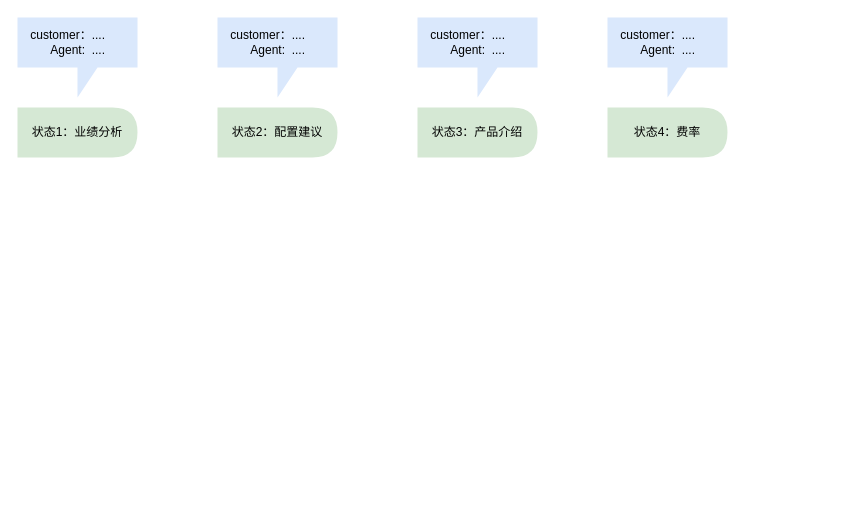
The draw.io diagram 状态转移策划生成.drawio in ZhangHammer/ZhangHammer, before the edit. Source tidied: cells renumbered, new cells numbered last; positions are measured from the earlier drawing's top-left corner, leaving out a move shared by most shapes. Both pictures are drawn from the tidied source at 100%, with x=0, y=0 at pixel (17, 17). Pictures stored in the file or linked from it are replaced by grey dashed boxes.
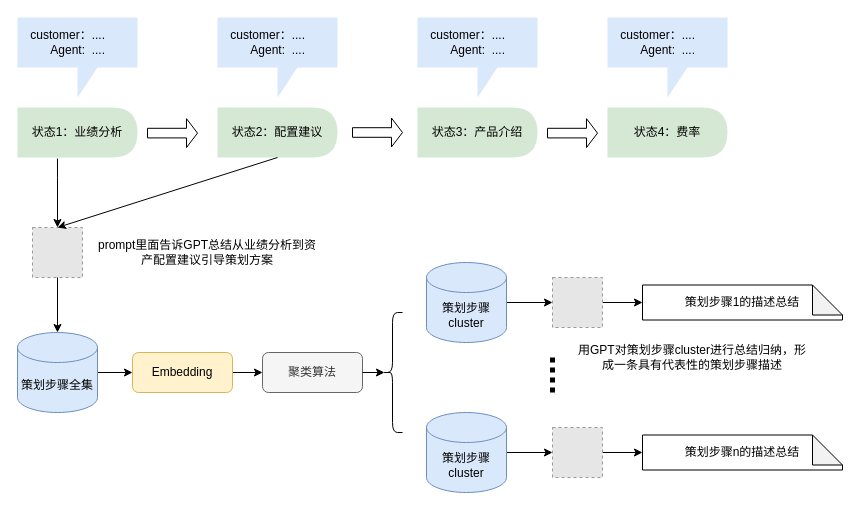
The same diagram, later.

Commit message (it also covers changes not shown here):
状态转移策划生成.drawio

Unchanged cells that the change refers to:
```xml
<mxCell id="3" value="状态1：业绩分析" style="shape=delay;whiteSpace=wrap;html=1;fillColor=#d5e8d4;strokeColor=none;" parent="1" vertex="1">
  <mxGeometry y="90" width="120" height="50" as="geometry" />
</mxCell>
<mxCell id="5" value="状态2：配置建议" style="shape=delay;whiteSpace=wrap;html=1;fillColor=#d5e8d4;strokeColor=none;" parent="1" vertex="1">
  <mxGeometry x="200" y="90" width="120" height="50" as="geometry" />
</mxCell>
```

Diff of the diagram source:
```diff
@@
+    <mxCell id="10" style="edgeStyle=orthogonalEdgeStyle;rounded=0;jettySize=auto;html=1;" parent="1" edge="1" source="11" target="13">
+      <mxGeometry relative="1" as="geometry" />
+    </mxCell>
+    <mxCell id="11" value="策划步骤全集" style="shape=cylinder3;whiteSpace=wrap;html=1;boundedLbl=1;backgroundOutline=1;size=15;fillColor=#dae8fc;strokeColor=#6c8ebf;" parent="1" vertex="1">
+      <mxGeometry y="315" width="80" height="80" as="geometry" />
+    </mxCell>
+    <mxCell id="12" style="edgeStyle=orthogonalEdgeStyle;rounded=0;jettySize=auto;html=1;" parent="1" edge="1" source="13" target="14">
+      <mxGeometry relative="1" as="geometry" />
+    </mxCell>
+    <mxCell id="13" value="Embedding" style="rounded=1;whiteSpace=wrap;html=1;fillColor=#fff2cc;strokeColor=#d6b656;" parent="1" vertex="1">
+      <mxGeometry x="115" y="335" width="100" height="40" as="geometry" />
+    </mxCell>
+    <mxCell id="14" value="聚类算法" style="rounded=1;whiteSpace=wrap;html=1;fillColor=#f5f5f5;strokeColor=#666666;fontColor=#333333;" parent="1" vertex="1">
+      <mxGeometry x="245" y="335" width="100" height="40" as="geometry" />
+    </mxCell>
+    <mxCell id="15" style="shape=curlyBracket;whiteSpace=wrap;html=1;rounded=1;labelPosition=left;verticalLabelPosition=middle;align=right;verticalAlign=middle;" parent="1" vertex="1">
+      <mxGeometry x="365" y="295" width="20" height="120" as="geometry" />
+    </mxCell>
+    <mxCell id="16" style="edgeStyle=orthogonalEdgeStyle;rounded=0;jettySize=auto;html=1;" parent="1" edge="1" source="17" target="21">
+      <mxGeometry relative="1" as="geometry" />
+    </mxCell>
+    <mxCell id="17" value="策划步骤&lt;br&gt;cluster" style="shape=cylinder3;whiteSpace=wrap;html=1;boundedLbl=1;backgroundOutline=1;size=15;fillColor=#dae8fc;strokeColor=#6c8ebf;" parent="1" vertex="1">
+      <mxGeometry x="409" y="245" width="80" height="80" as="geometry" />
+    </mxCell>
+    <mxCell id="18" style="edgeStyle=orthogonalEdgeStyle;rounded=0;jettySize=auto;html=1;" parent="1" edge="1" source="19" target="24">
+      <mxGeometry relative="1" as="geometry" />
+    </mxCell>
+    <mxCell id="19" value="策划步骤cluster" style="shape=cylinder3;whiteSpace=wrap;html=1;boundedLbl=1;backgroundOutline=1;size=15;fillColor=#dae8fc;strokeColor=#6c8ebf;" parent="1" vertex="1">
+      <mxGeometry x="409" y="395" width="80" height="80" as="geometry" />
+    </mxCell>
+    <mxCell id="20" style="edgeStyle=orthogonalEdgeStyle;rounded=0;jettySize=auto;html=1;" parent="1" edge="1" source="21" target="22">
+      <mxGeometry relative="1" as="geometry" />
+    </mxCell>
+    <mxCell id="21" style="fillColor=#E6E6E6;strokeColor=#999999;dashed=1;verticalLabelPosition=bottom;labelBackgroundColor=default;verticalAlign=top;" parent="1" vertex="1">
+      <mxGeometry x="535" y="260" width="50" height="50" as="geometry" />
+    </mxCell>
+    <mxCell id="22" value="策划步骤1的描述总结" style="shape=note;whiteSpace=wrap;html=1;backgroundOutline=1;darkOpacity=0.05;" parent="1" vertex="1">
+      <mxGeometry x="625" y="267.5" width="200" height="35" as="geometry" />
+    </mxCell>
+    <mxCell id="23" style="edgeStyle=orthogonalEdgeStyle;rounded=0;jettySize=auto;html=1;" parent="1" edge="1" source="24" target="25">
+      <mxGeometry relative="1" as="geometry" />
+    </mxCell>
+    <mxCell id="24" style="fillColor=#E6E6E6;strokeColor=#999999;dashed=1;verticalLabelPosition=bottom;labelBackgroundColor=default;verticalAlign=top;" parent="1" vertex="1">
+      <mxGeometry x="535" y="410" width="50" height="50" as="geometry" />
+    </mxCell>
+    <mxCell id="25" value="策划步骤n的描述总结" style="shape=note;whiteSpace=wrap;html=1;backgroundOutline=1;darkOpacity=0.05;" parent="1" vertex="1">
+      <mxGeometry x="625" y="417.5" width="200" height="35" as="geometry" />
+    </mxCell>
+    <mxCell id="26" style="endArrow=none;dashed=1;html=1;rounded=0;dashPattern=1 1;strokeWidth=5;" parent="1" edge="1">
+      <mxGeometry relative="1" as="geometry">
+        <mxPoint x="535" y="375" as="sourcePoint" />
+        <mxPoint x="535" y="340" as="targetPoint" />
+      </mxGeometry>
+    </mxCell>
+    <mxCell id="27" style="edgeStyle=orthogonalEdgeStyle;rounded=0;jettySize=auto;html=1;exitX=1;exitY=0.5;exitDx=0;exitDy=0;entryX=0.1;entryY=0.5;entryDx=0;entryDy=0;entryPerimeter=0;" parent="1" edge="1" source="14" target="15">
+      <mxGeometry relative="1" as="geometry" />
+    </mxCell>
+    <mxCell id="28" value="用GPT对策划步骤cluster进行总结归纳，形成一条具有代表性的策划步骤描述" style="text;html=1;strokeColor=none;fillColor=none;align=center;verticalAlign=middle;whiteSpace=wrap;rounded=0;" parent="1" vertex="1">
+      <mxGeometry x="555" y="325" width="240" height="30" as="geometry" />
+    </mxCell>
+    <mxCell id="29" style="fillColor=#E6E6E6;strokeColor=#999999;dashed=1;verticalLabelPosition=bottom;labelBackgroundColor=default;verticalAlign=top;" parent="1" vertex="1">
+      <mxGeometry x="15" y="210" width="50" height="50" as="geometry" />
+    </mxCell>
+    <mxCell id="30" style="edgeStyle=orthogonalEdgeStyle;rounded=0;jettySize=auto;html=1;exitX=0.5;exitY=1;exitDx=0;exitDy=0;entryX=0.5;entryY=0;entryDx=0;entryDy=0;entryPerimeter=0;" parent="1" edge="1" source="29" target="11">
+      <mxGeometry relative="1" as="geometry" />
+    </mxCell>
+    <mxCell id="31" value="prompt里面告诉GPT总结从业绩分析到资产配置建议引导策划方案" style="text;html=1;strokeColor=none;fillColor=none;align=center;verticalAlign=middle;whiteSpace=wrap;rounded=0;" parent="1" vertex="1">
+      <mxGeometry x="75" y="220" width="230" height="30" as="geometry" />
+    </mxCell>
+    <mxCell id="32" style="endArrow=classic;html=1;rounded=0;entryX=0.5;entryY=0;entryDx=0;entryDy=0;exitX=0.333;exitY=1.02;exitDx=0;exitDy=0;exitPerimeter=0;" parent="1" edge="1" source="3" target="29">
+      <mxGeometry relative="1" as="geometry">
+        <Array as="points">
+          <mxPoint x="40" y="160" />
+        </Array>
+      </mxGeometry>
+    </mxCell>
+    <mxCell id="33" style="endArrow=classic;html=1;rounded=0;entryX=0.5;entryY=0;entryDx=0;entryDy=0;exitX=0.5;exitY=1;exitDx=0;exitDy=0;" parent="1" edge="1" source="5" target="29">
+      <mxGeometry relative="1" as="geometry" />
+    </mxCell>
+    <mxCell id="34" style="shape=singleArrow;whiteSpace=wrap;html=1;arrowWidth=0.3333333333333333;arrowSize=0.22;" parent="1" vertex="1">
+      <mxGeometry x="130" y="101.2" width="50" height="28.8" as="geometry" />
+    </mxCell>
+    <mxCell id="35" style="shape=singleArrow;whiteSpace=wrap;html=1;arrowWidth=0.3333333333333333;arrowSize=0.22;" parent="1" vertex="1">
+      <mxGeometry x="335" y="100.6" width="50" height="28.8" as="geometry" />
+    </mxCell>
+    <mxCell id="36" style="shape=singleArrow;whiteSpace=wrap;html=1;arrowWidth=0.3333333333333333;arrowSize=0.22;" parent="1" vertex="1">
+      <mxGeometry x="530" y="101.2" width="50" height="28.8" as="geometry" />
+    </mxCell>
```
